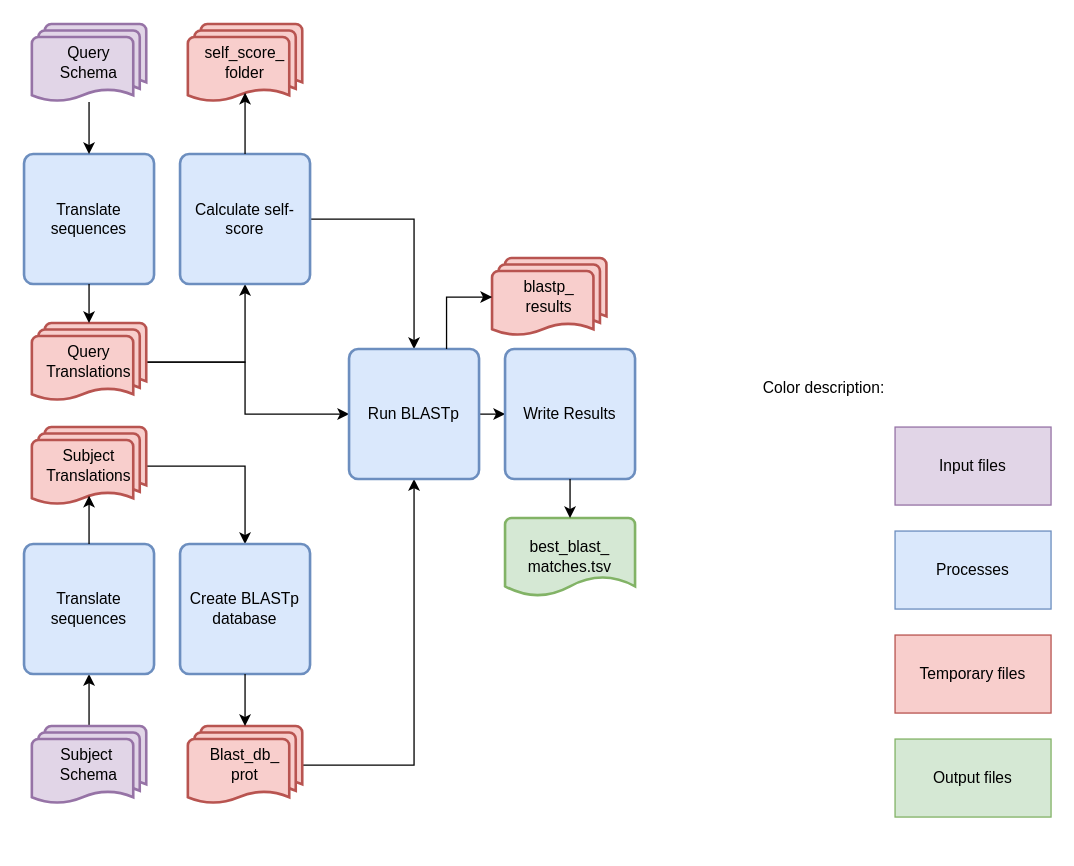
Before: SchemaRefinery/docs/user/modules/source/match_schemas.drawio in B-UMMI/Schema_Refinery, a draw.io diagram. Source tidied: cells renumbered, new cells numbered last; positions are measured from the earlier drawing's top-left corner, leaving out a move shared by most shapes. Both pictures are drawn from the tidied source at 130%, with x=0, y=0 at pixel (23, 23).
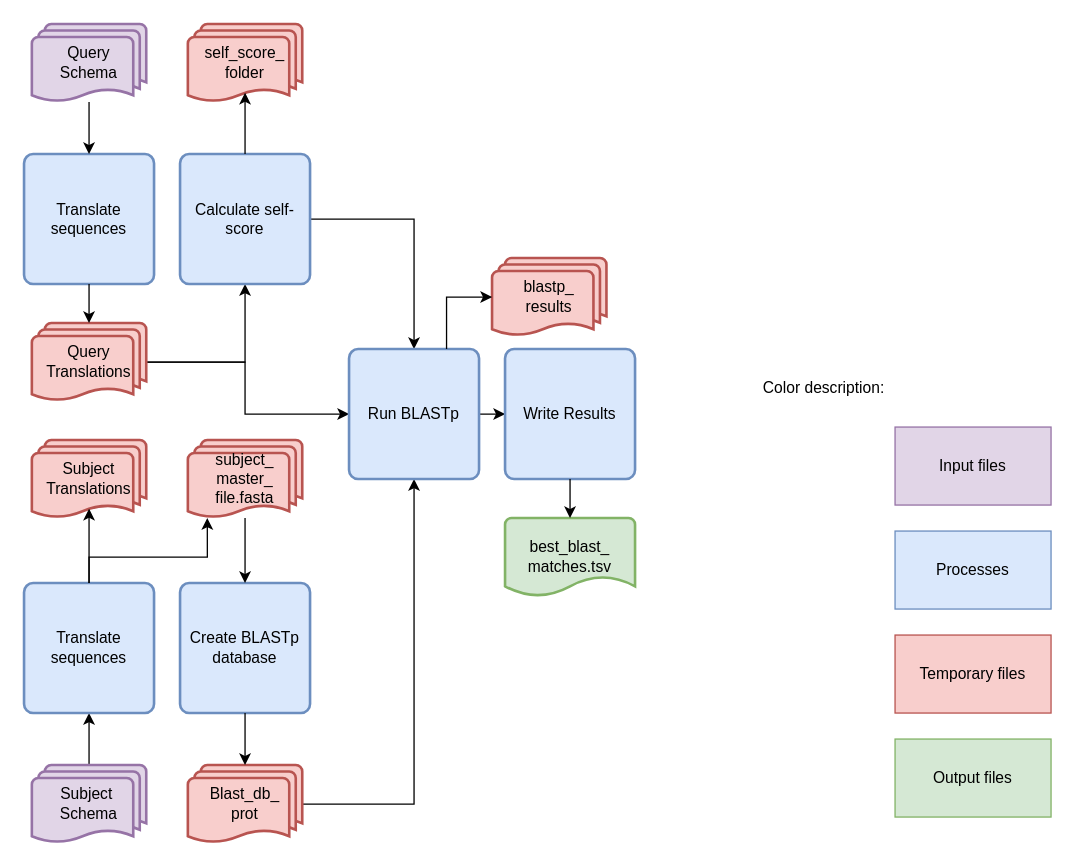
Above is the later version.

Change to the diagram source:
```diff
@@
     <mxCell id="6" value="Subject&amp;nbsp;&lt;div&gt;Schema&lt;/div&gt;" style="strokeWidth=2;html=1;shape=mxgraph.flowchart.multi-document;whiteSpace=wrap;fillColor=#e1d5e7;strokeColor=#9673a6;" parent="1" vertex="1">
-      <mxGeometry x="6" y="540" width="88" height="60" as="geometry" />
+      <mxGeometry x="6" y="570" width="88" height="60" as="geometry" />
     </mxCell>
@@
-    <mxCell id="10" style="edgeStyle=orthogonalEdgeStyle;rounded=0;jettySize=auto;html=1;entryX=0.5;entryY=0;entryDx=0;entryDy=0;" parent="1" edge="1" source="11" target="15">
-      <mxGeometry relative="1" as="geometry" />
-    </mxCell>
     <mxCell id="11" value="Subject Translations" style="strokeWidth=2;html=1;shape=mxgraph.flowchart.multi-document;whiteSpace=wrap;fillColor=#f8cecc;strokeColor=#b85450;" parent="1" vertex="1">
-      <mxGeometry x="6" y="310" width="88" height="60" as="geometry" />
+      <mxGeometry x="6" y="320" width="88" height="60" as="geometry" />
     </mxCell>
@@
     <mxCell id="15" value="Create BLASTp database" style="rounded=1;whiteSpace=wrap;html=1;absoluteArcSize=1;arcSize=14;strokeWidth=2;fillColor=#dae8fc;strokeColor=#6c8ebf;" parent="1" vertex="1">
-      <mxGeometry x="120" y="400" width="100" height="100" as="geometry" />
+      <mxGeometry x="120" y="430" width="100" height="100" as="geometry" />
     </mxCell>
@@
     <mxCell id="17" value="Blast_db_&lt;div&gt;prot&lt;/div&gt;" style="strokeWidth=2;html=1;shape=mxgraph.flowchart.multi-document;whiteSpace=wrap;fillColor=#f8cecc;strokeColor=#b85450;" parent="1" vertex="1">
-      <mxGeometry x="126" y="540" width="88" height="60" as="geometry" />
+      <mxGeometry x="126" y="570" width="88" height="60" as="geometry" />
     </mxCell>
@@
     <mxCell id="23" value="Translate sequences" style="rounded=1;whiteSpace=wrap;html=1;absoluteArcSize=1;arcSize=14;strokeWidth=2;fillColor=#dae8fc;strokeColor=#6c8ebf;" parent="1" vertex="1">
-      <mxGeometry y="400" width="100" height="100" as="geometry" />
+      <mxGeometry y="430" width="100" height="100" as="geometry" />
     </mxCell>
@@
+    <mxCell id="35" style="edgeStyle=orthogonalEdgeStyle;rounded=0;jettySize=auto;html=1;entryX=0.5;entryY=0;entryDx=0;entryDy=0;" parent="1" edge="1" source="36" target="15">
+      <mxGeometry relative="1" as="geometry" />
+    </mxCell>
+    <mxCell id="36" value="subject_&lt;div&gt;master_&lt;/div&gt;&lt;div&gt;file.fasta&lt;/div&gt;" style="strokeWidth=2;html=1;shape=mxgraph.flowchart.multi-document;whiteSpace=wrap;fillColor=#f8cecc;strokeColor=#b85450;" parent="1" vertex="1">
+      <mxGeometry x="126" y="320" width="88" height="60" as="geometry" />
+    </mxCell>
+    <mxCell id="37" style="edgeStyle=orthogonalEdgeStyle;rounded=0;jettySize=auto;html=1;entryX=0.17;entryY=1;entryDx=0;entryDy=0;entryPerimeter=0;" parent="1" edge="1" source="23" target="36">
+      <mxGeometry relative="1" as="geometry">
+        <Array as="points">
+          <mxPoint x="50" y="410" />
+          <mxPoint x="141" y="410" />
+        </Array>
+      </mxGeometry>
+    </mxCell>
```
